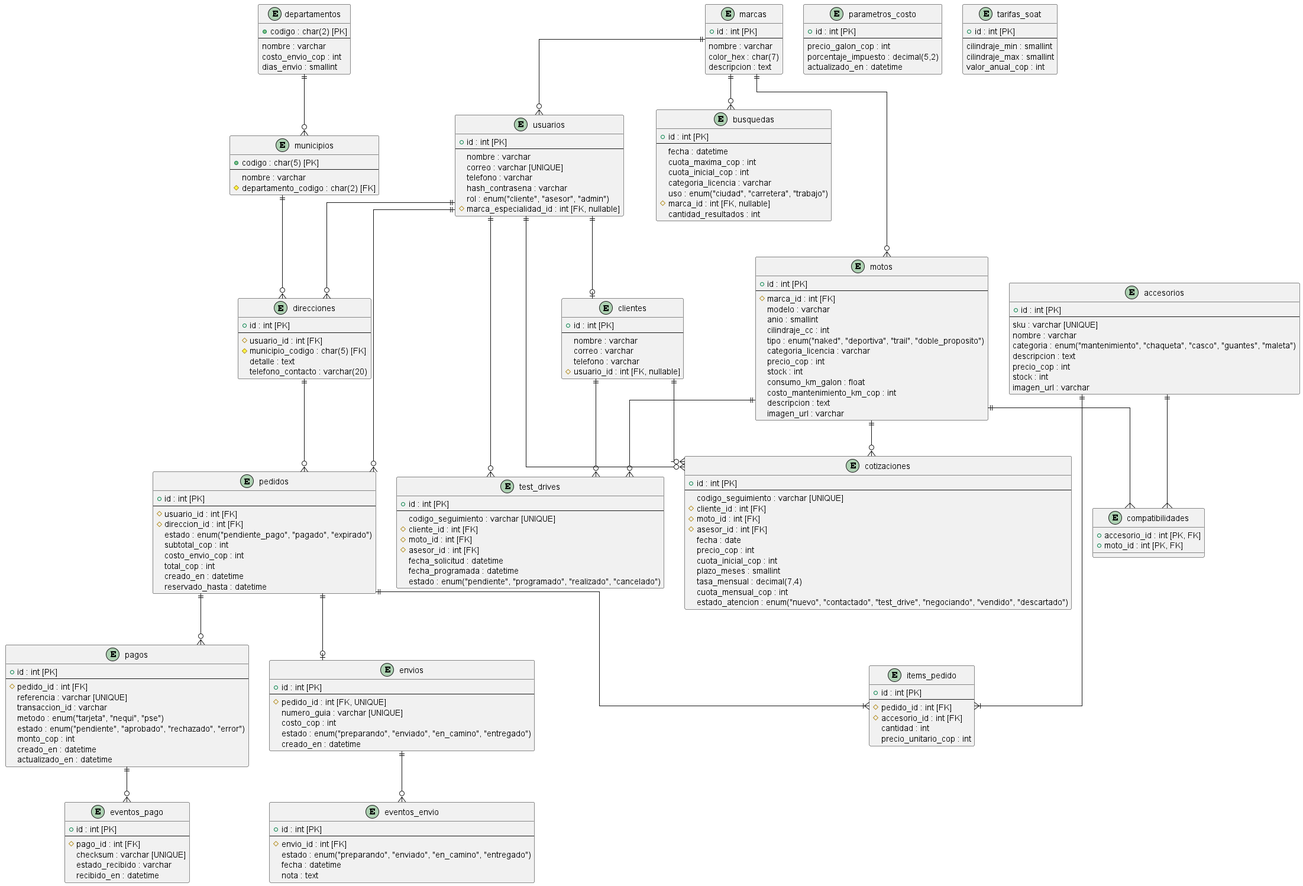
Earlier version of the PlantUML export docs/uml/modelo-logico-relacional.png (Andresg9805/concesionario-motos). The source it was exported from:
```plantuml
@startuml modelo-logico-relacional
skinparam linetype ortho

entity "marcas" {
  + id : int [PK]
  --
  nombre : varchar
  color_hex : char(7)
  descripcion : text
}

entity "motos" {
  + id : int [PK]
  --
  # marca_id : int [FK]
  modelo : varchar
  anio : smallint
  cilindraje_cc : int
  tipo : enum("naked", "deportiva", "trail", "doble_proposito")
  categoria_licencia : varchar
  precio_cop : int
  stock : int
  consumo_km_galon : float
  costo_mantenimiento_km_cop : int
  descripcion : text
  imagen_url : varchar
}

entity "parametros_costo" {
  + id : int [PK]
  --
  precio_galon_cop : int
  porcentaje_impuesto : decimal(5,2)
  actualizado_en : datetime
}

entity "tarifas_soat" {
  + id : int [PK]
  --
  cilindraje_min : smallint
  cilindraje_max : smallint
  valor_anual_cop : int
}

entity "busquedas" {
  + id : int [PK]
  --
  fecha : datetime
  cuota_maxima_cop : int
  cuota_inicial_cop : int
  categoria_licencia : varchar
  uso : enum("ciudad", "carretera", "trabajo")
  # marca_id : int [FK, nullable]
  cantidad_resultados : int
}

entity "usuarios" {
  + id : int [PK]
  --
  nombre : varchar
  correo : varchar [UNIQUE]
  telefono : varchar
  hash_contrasena : varchar
  rol : enum("cliente", "asesor", "admin")
  # marca_especialidad_id : int [FK, nullable]
}

entity "clientes" {
  + id : int [PK]
  --
  nombre : varchar
  correo : varchar
  telefono : varchar
  # usuario_id : int [FK, nullable]
}

entity "cotizaciones" {
  + id : int [PK]
  --
  codigo_seguimiento : varchar [UNIQUE]
  # cliente_id : int [FK]
  # moto_id : int [FK]
  # asesor_id : int [FK]
  fecha : date
  precio_cop : int
  cuota_inicial_cop : int
  plazo_meses : smallint
  tasa_mensual : decimal(7,4)
  cuota_mensual_cop : int
  estado_atencion : enum("nuevo", "contactado", "test_drive", "negociando", "vendido", "descartado")
}

entity "test_drives" {
  + id : int [PK]
  --
  codigo_seguimiento : varchar [UNIQUE]
  # cliente_id : int [FK]
  # moto_id : int [FK]
  # asesor_id : int [FK]
  fecha_solicitud : datetime
  fecha_programada : datetime
  estado : enum("pendiente", "programado", "realizado", "cancelado")
}

entity "accesorios" {
  + id : int [PK]
  --
  sku : varchar [UNIQUE]
  nombre : varchar
  categoria : enum("mantenimiento", "chaqueta", "casco", "guantes", "maleta")
  descripcion : text
  precio_cop : int
  stock : int
  imagen_url : varchar
}

entity "compatibilidades" {
  + accesorio_id : int [PK, FK]
  + moto_id : int [PK, FK]
}

entity "departamentos" {
  + codigo : char(2) [PK]
  --
  nombre : varchar
  costo_envio_cop : int
  dias_envio : smallint
}

entity "municipios" {
  + codigo : char(5) [PK]
  --
  nombre : varchar
  # departamento_codigo : char(2) [FK]
}

entity "direcciones" {
  + id : int [PK]
  --
  # usuario_id : int [FK]
  # municipio_codigo : char(5) [FK]
  detalle : text
  telefono_contacto : varchar(20)
}

entity "pedidos" {
  + id : int [PK]
  --
  # usuario_id : int [FK]
  # direccion_id : int [FK]
  estado : enum("pendiente_pago", "pagado", "expirado")
  subtotal_cop : int
  costo_envio_cop : int
  total_cop : int
  creado_en : datetime
  reservado_hasta : datetime
}

entity "items_pedido" {
  + id : int [PK]
  --
  # pedido_id : int [FK]
  # accesorio_id : int [FK]
  cantidad : int
  precio_unitario_cop : int
}

entity "pagos" {
  + id : int [PK]
  --
  # pedido_id : int [FK]
  referencia : varchar [UNIQUE]
  transaccion_id : varchar
  metodo : enum("tarjeta", "nequi", "pse")
  estado : enum("pendiente", "aprobado", "rechazado", "error")
  monto_cop : int
  creado_en : datetime
  actualizado_en : datetime
}

entity "eventos_pago" {
  + id : int [PK]
  --
  # pago_id : int [FK]
  checksum : varchar [UNIQUE]
  estado_recibido : varchar
  recibido_en : datetime
}

entity "envios" {
  + id : int [PK]
  --
  # pedido_id : int [FK, UNIQUE]
  numero_guia : varchar [UNIQUE]
  costo_cop : int
  estado : enum("preparando", "enviado", "en_camino", "entregado")
  creado_en : datetime
}

entity "eventos_envio" {
  + id : int [PK]
  --
  # envio_id : int [FK]
  estado : enum("preparando", "enviado", "en_camino", "entregado")
  fecha : datetime
  nota : text
}


marcas ||--o{ motos
marcas ||--o{ busquedas
marcas ||--o{ usuarios

motos ||--o{ cotizaciones
motos ||--o{ test_drives
motos ||--{ compatibilidades
accesorios ||--{ compatibilidades
accesorios ||--|{ items_pedido

clientes ||--o{ cotizaciones
clientes ||--o{ test_drives
usuarios ||--o{ cotizaciones
usuarios ||--o{ test_drives

usuarios ||--o{ direcciones
usuarios ||--o{ pedidos
usuarios ||--o| clientes

departamentos ||--o{ municipios
municipios ||--o{ direcciones
direcciones ||--o{ pedidos

pedidos ||--|{ items_pedido
pedidos ||--o{ pagos
pedidos ||--o| envios

pagos ||--o{ eventos_pago
envios ||--o{ eventos_envio

@enduml
```
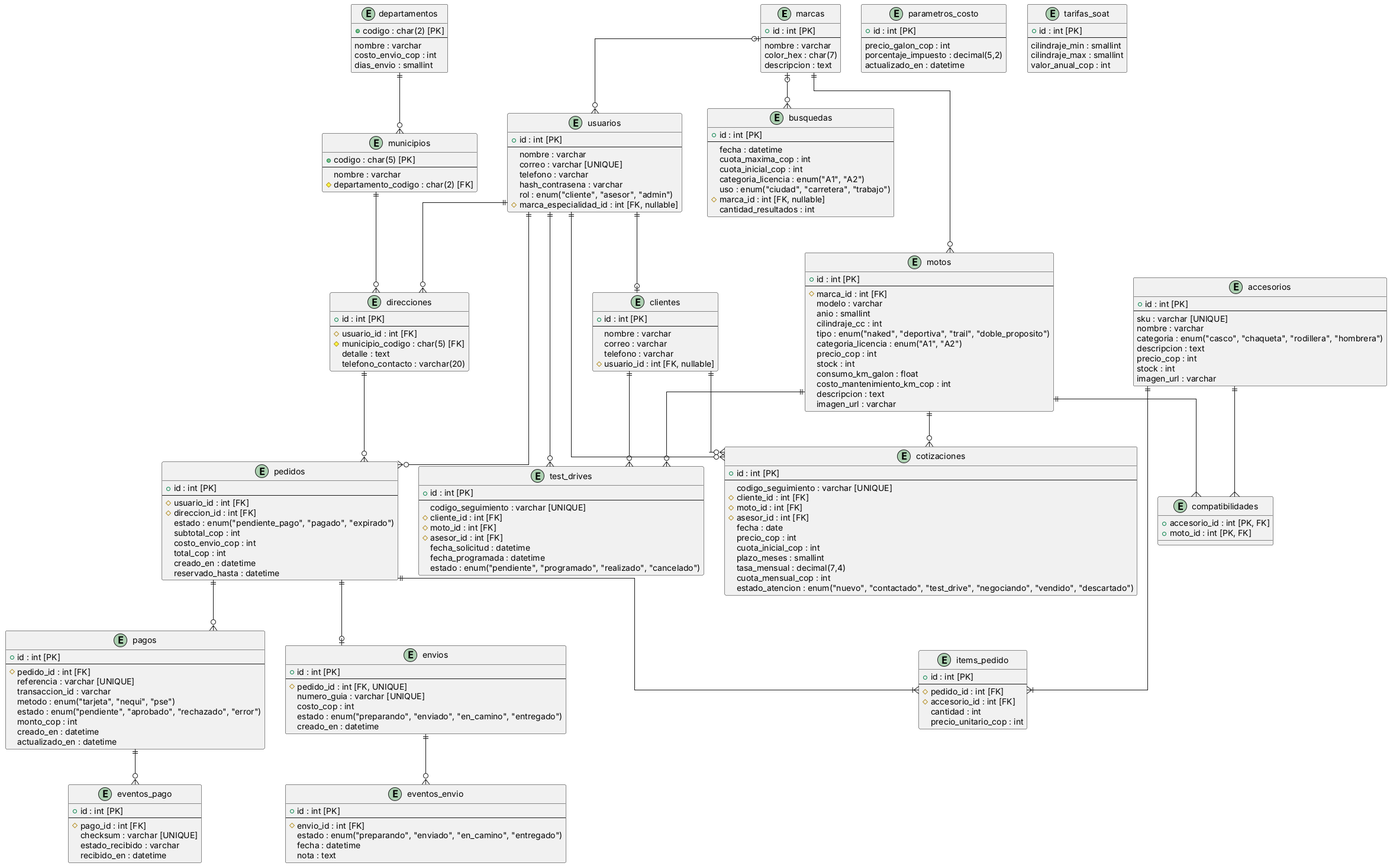
After the commit.

Commit message:
fix(bd): categorias de accesorios, licencia como enum y marca opcional

Claude-Session: https://claude.ai/code/session_01WTkYtARaewf9iULfDwPXDh

What changed in the source:
```diff
@@ -17,7 +17,7 @@
   anio : smallint
   cilindraje_cc : int
   tipo : enum("naked", "deportiva", "trail", "doble_proposito")
-  categoria_licencia : varchar
+  categoria_licencia : enum("A1", "A2")
   precio_cop : int
   stock : int
   consumo_km_galon : float
@@ -48,7 +48,7 @@
   fecha : datetime
   cuota_maxima_cop : int
   cuota_inicial_cop : int
-  categoria_licencia : varchar
+  categoria_licencia : enum("A1", "A2")
   uso : enum("ciudad", "carretera", "trabajo")
   # marca_id : int [FK, nullable]
   cantidad_resultados : int
@@ -107,7 +107,7 @@
   --
   sku : varchar [UNIQUE]
   nombre : varchar
-  categoria : enum("mantenimiento", "chaqueta", "casco", "guantes", "maleta")
+  categoria : enum("casco", "chaqueta", "rodillera", "hombrera")
   descripcion : text
   precio_cop : int
   stock : int
@@ -208,8 +208,8 @@
 
 
 marcas ||--o{ motos
-marcas ||--o{ busquedas
-marcas ||--o{ usuarios
+marcas |o--o{ busquedas
+marcas |o--o{ usuarios
 
 motos ||--o{ cotizaciones
 motos ||--o{ test_drives
```
